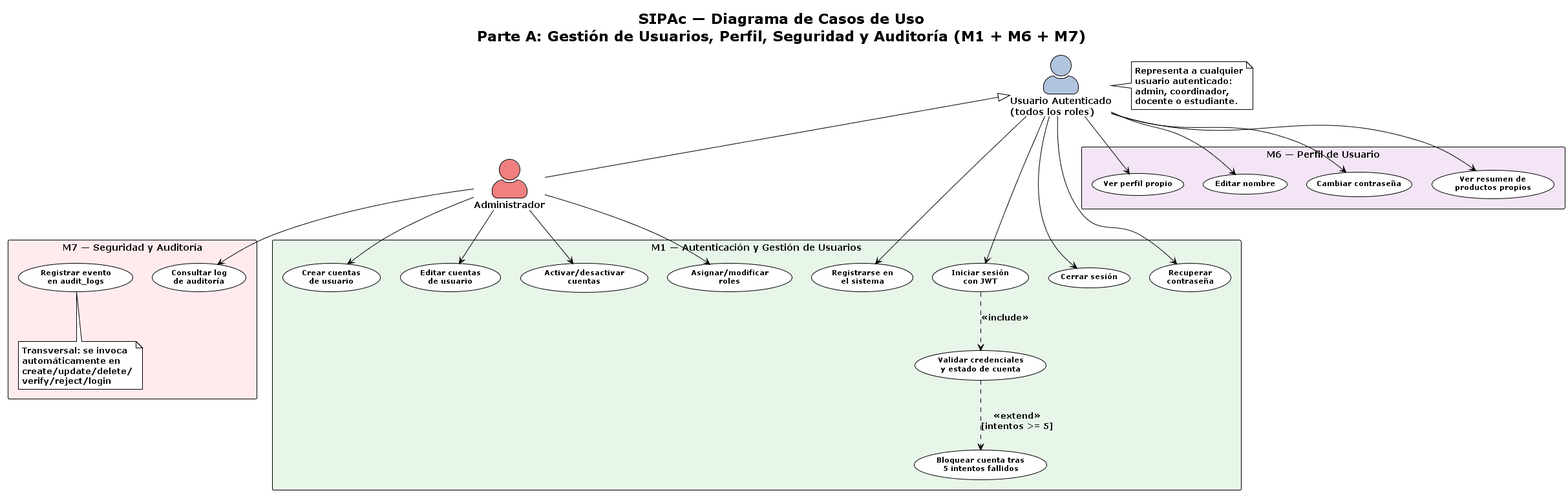
Earlier version of the PlantUML export docs/analisis-diseno/diagramas/renders/02a-casos-de-uso-gestion.png (KarloZ7715/SIPAc). The source it was exported from:
```plantuml
@startuml 02a-casos-de-uso-gestion
!theme plain
skinparam actorStyle awesome
skinparam packageStyle rectangle
skinparam usecaseFontSize 11
skinparam packageFontSize 13
skinparam nodesep 30

title SIPAc — Diagrama de Casos de Uso\nParte A: Gestión de Usuarios, Perfil, Seguridad y Auditoría (M1 + M6 + M7)


actor "Usuario Autenticado\n(todos los roles)" as Auth #LightSteelBlue
actor "Administrador" as Admin #LightCoral

Auth <|-- Admin

note right of Auth
  Representa a cualquier
  usuario autenticado:
  admin, coordinador,
  docente o estudiante.
end note


rectangle "M1 — Autenticación y Gestión de Usuarios" #E8F5E9 {

  usecase "Registrarse en\nel sistema" as UC_REG
  usecase "Iniciar sesión\ncon JWT" as UC_LOGIN
  usecase "Cerrar sesión" as UC_LOGOUT
  usecase "Recuperar\ncontraseña" as UC_RECOVER

  usecase "Crear cuentas\nde usuario" as UC_CREATE_USER
  usecase "Editar cuentas\nde usuario" as UC_EDIT_USER
  usecase "Activar/desactivar\ncuentas" as UC_TOGGLE_USER
  usecase "Asignar/modificar\nroles" as UC_ASSIGN_ROLE

  usecase "Validar credenciales\ny estado de cuenta" as UC_VALIDATE_CRED
  usecase "Bloquear cuenta tras\n5 intentos fallidos" as UC_LOCK

  UC_LOGIN ..> UC_VALIDATE_CRED : <<include>>
  UC_VALIDATE_CRED ..> UC_LOCK : <<extend>>\n[intentos >= 5]
}


rectangle "M6 — Perfil de Usuario" #F3E5F5 {

  usecase "Ver perfil propio" as UC_VIEW_PROFILE
  usecase "Editar nombre" as UC_EDIT_NAME
  usecase "Cambiar contraseña" as UC_CHANGE_PASS
  usecase "Ver resumen de\nproductos propios" as UC_SUMMARY
}


rectangle "M7 — Seguridad y Auditoría" #FFEBEE {

  usecase "Consultar log\nde auditoría" as UC_VIEW_LOGS
  usecase "Registrar evento\nen audit_logs" as UC_LOG_EVENT

  note bottom of UC_LOG_EVENT
    Transversal: se invoca
    automáticamente en
    create/update/delete/
    verify/reject/login
  end note
}


Auth --> UC_REG
Auth --> UC_LOGIN
Auth --> UC_LOGOUT
Auth --> UC_RECOVER
Auth --> UC_VIEW_PROFILE
Auth --> UC_EDIT_NAME
Auth --> UC_CHANGE_PASS
Auth --> UC_SUMMARY

Admin --> UC_CREATE_USER
Admin --> UC_EDIT_USER
Admin --> UC_TOGGLE_USER
Admin --> UC_ASSIGN_ROLE

Admin --> UC_VIEW_LOGS

@enduml
```
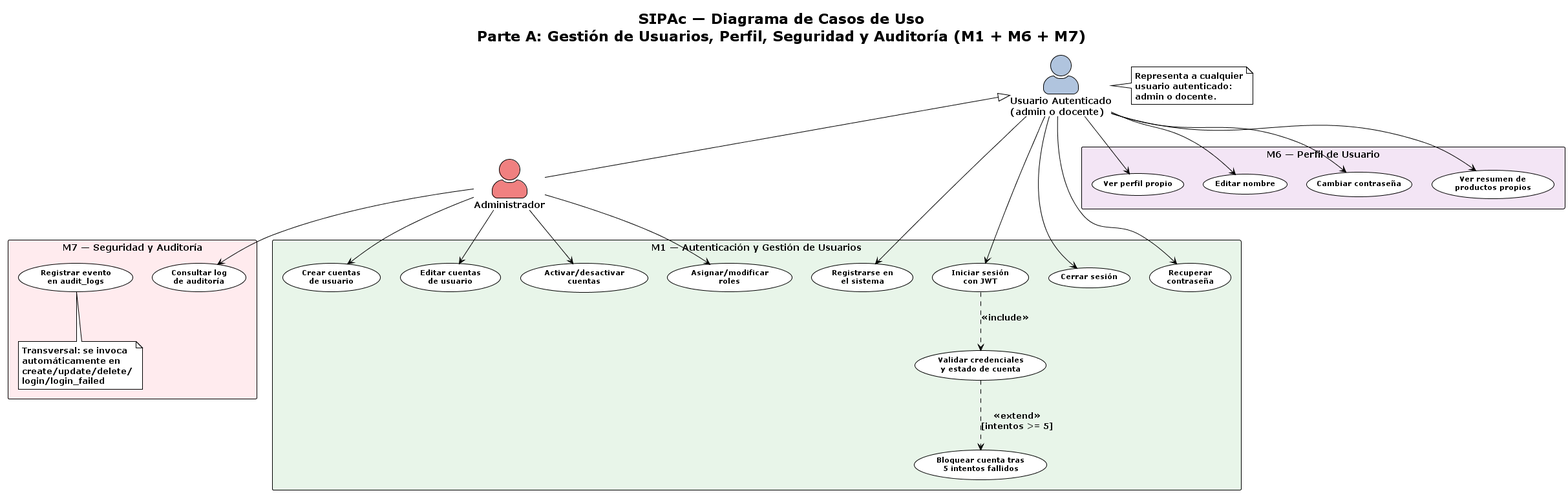
Above is the later version.

The edit, as a diff of the source:
```diff
@@ -9,7 +9,7 @@
 title SIPAc — Diagrama de Casos de Uso\nParte A: Gestión de Usuarios, Perfil, Seguridad y Auditoría (M1 + M6 + M7)
 
 
-actor "Usuario Autenticado\n(todos los roles)" as Auth #LightSteelBlue
+actor "Usuario Autenticado\n(admin o docente)" as Auth #LightSteelBlue
 actor "Administrador" as Admin #LightCoral
 
 Auth <|-- Admin
@@ -17,8 +17,7 @@
 note right of Auth
   Representa a cualquier
   usuario autenticado:
-  admin, coordinador,
-  docente o estudiante.
+  admin o docente.
 end note
 
 
@@ -60,7 +59,7 @@
     Transversal: se invoca
     automáticamente en
     create/update/delete/
-    verify/reject/login
+    login/login_failed
   end note
 }
 
```
